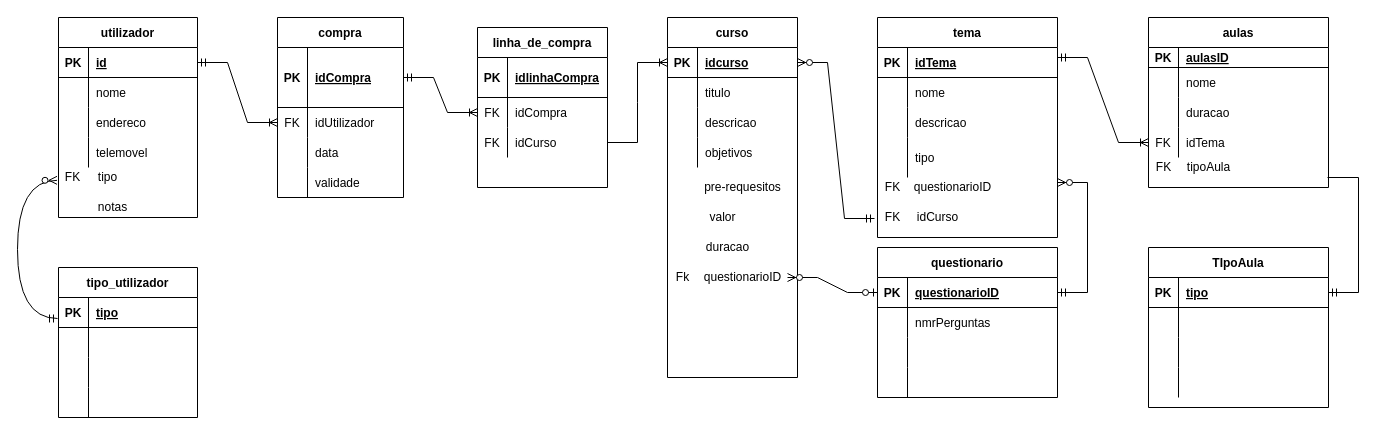
This is baseDeDados.drawio from Fabiomesquita10/stuff, a draw.io file, before an edit. Source tidied: cells renumbered, new cells numbered last; positions are measured from the earlier drawing's top-left corner, leaving out a move shared by most shapes. Both pictures are drawn from the tidied source at 100%, with x=0, y=0 at pixel (17, 17).
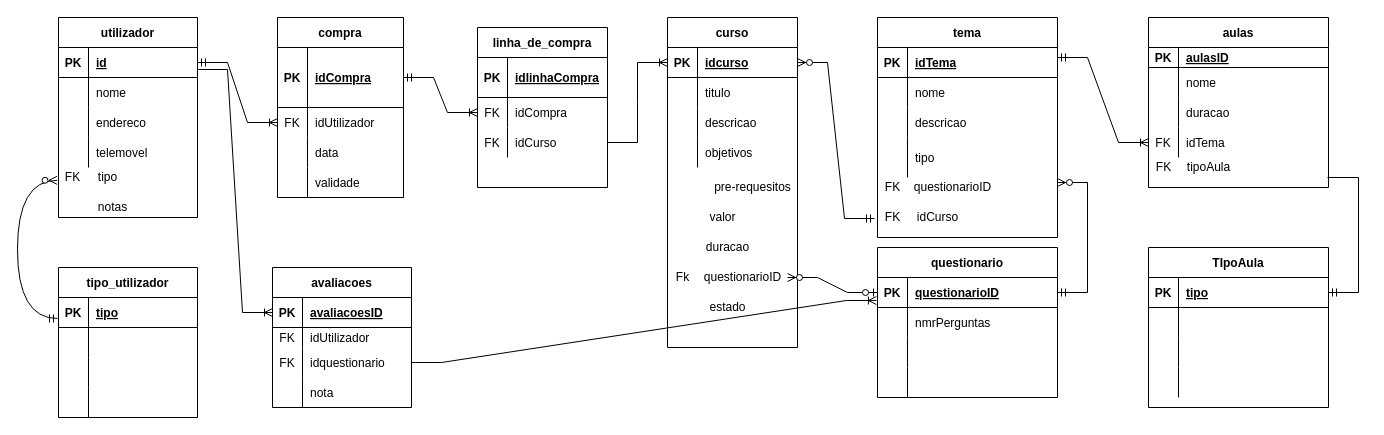
The same diagram, later.

The change refers to these unchanged cells:
```xml
<mxCell id="3" style="shape=partialRectangle;fillColor=none;top=0;left=0;bottom=1;right=0;points=[[0,0.5],[1,0.5]];portConstraint=eastwest;" parent="2" vertex="1">
  <mxGeometry y="30" width="139" height="30" as="geometry" />
</mxCell>
<mxCell id="113" style="shape=partialRectangle;fillColor=none;top=0;left=0;bottom=1;right=0;points=[[0,0.5],[1,0.5]];portConstraint=eastwest;" parent="112" vertex="1">
  <mxGeometry y="30" width="180" height="30" as="geometry" />
</mxCell>
```

Change to the diagram source:
```diff
@@
     <mxCell id="15" value="curso" style="shape=table;startSize=30;childLayout=tableLayout;rowLines=0;fontStyle=1;align=center;" parent="1" vertex="1">
-      <mxGeometry x="650" width="130" height="360" as="geometry" />
+      <mxGeometry x="650" width="130" height="330" as="geometry" />
     </mxCell>
@@
     <mxCell id="28" value="pre-requesitos" style="text;html=1;align=center;verticalAlign=middle;strokeColor=none;fillColor=none;" parent="1" vertex="1">
-      <mxGeometry x="680" y="160" width="90" height="20" as="geometry" />
+      <mxGeometry x="690" y="160" width="90" height="20" as="geometry" />
     </mxCell>
@@
+    <mxCell id="139" value="avaliacoes" style="shape=table;startSize=30;childLayout=tableLayout;rowLines=0;fontStyle=1;align=center;" parent="1" vertex="1">
+      <mxGeometry x="255" y="250" width="139" height="140" as="geometry" />
+    </mxCell>
+    <mxCell id="140" style="shape=partialRectangle;fillColor=none;top=0;left=0;bottom=1;right=0;points=[[0,0.5],[1,0.5]];portConstraint=eastwest;" parent="139" vertex="1">
+      <mxGeometry y="30" width="139" height="30" as="geometry" />
+    </mxCell>
+    <mxCell id="141" value="PK" style="shape=partialRectangle;fillColor=none;top=0;left=0;bottom=0;right=0;fontStyle=1;overflow=hidden;" parent="140" vertex="1">
+      <mxGeometry width="30" height="30" as="geometry" />
+    </mxCell>
+    <mxCell id="142" value="avaliacoesID" style="shape=partialRectangle;fillColor=none;top=0;left=0;bottom=0;right=0;align=left;spacingLeft=6;fontStyle=5;overflow=hidden;" parent="140" vertex="1">
+      <mxGeometry x="30" width="109" height="30" as="geometry" />
+    </mxCell>
+    <mxCell id="143" style="shape=partialRectangle;fillColor=none;top=0;left=0;bottom=0;right=0;" parent="139" vertex="1">
+      <mxGeometry y="60" width="139" height="20" as="geometry" />
+    </mxCell>
+    <mxCell id="144" value="FK" style="shape=partialRectangle;fillColor=none;top=0;left=0;bottom=0;right=0;overflow=hidden;" parent="143" vertex="1">
+      <mxGeometry width="30" height="20" as="geometry" />
+    </mxCell>
+    <mxCell id="145" value="idUtilizador" style="shape=partialRectangle;fillColor=none;top=0;left=0;bottom=0;right=0;align=left;spacingLeft=6;overflow=hidden;" parent="143" vertex="1">
+      <mxGeometry x="30" width="109" height="20" as="geometry" />
+    </mxCell>
+    <mxCell id="146" style="shape=partialRectangle;fillColor=none;top=0;left=0;bottom=0;right=0;points=[[0,0.5],[1,0.5]];portConstraint=eastwest;" parent="139" vertex="1">
+      <mxGeometry y="80" width="139" height="30" as="geometry" />
+    </mxCell>
+    <mxCell id="147" value="FK" style="shape=partialRectangle;fillColor=none;top=0;left=0;bottom=0;right=0;overflow=hidden;" parent="146" vertex="1">
+      <mxGeometry width="30" height="30" as="geometry" />
+    </mxCell>
+    <mxCell id="148" value="idquestionario" style="shape=partialRectangle;fillColor=none;top=0;left=0;bottom=0;right=0;align=left;spacingLeft=6;overflow=hidden;" parent="146" vertex="1">
+      <mxGeometry x="30" width="109" height="30" as="geometry" />
+    </mxCell>
+    <mxCell id="149" style="shape=partialRectangle;fillColor=none;top=0;left=0;bottom=0;right=0;" parent="139" vertex="1">
+      <mxGeometry y="110" width="139" height="30" as="geometry" />
+    </mxCell>
+    <mxCell id="150" style="shape=partialRectangle;fillColor=none;top=0;left=0;bottom=0;right=0;overflow=hidden;" parent="149" vertex="1">
+      <mxGeometry width="30" height="30" as="geometry" />
+    </mxCell>
+    <mxCell id="151" value="nota" style="shape=partialRectangle;fillColor=none;top=0;left=0;bottom=0;right=0;align=left;spacingLeft=6;overflow=hidden;" parent="149" vertex="1">
+      <mxGeometry x="30" width="109" height="30" as="geometry" />
+    </mxCell>
+    <mxCell id="152" style="edgeStyle=entityRelationEdgeStyle;fontSize=12;html=1;endArrow=ERoneToMany;rounded=0;exitX=1;exitY=0.5;exitDx=0;exitDy=0;entryX=-0.006;entryY=0.767;entryDx=0;entryDy=0;entryPerimeter=0;" parent="1" edge="1" source="146" target="113">
+      <mxGeometry relative="1" as="geometry" />
+    </mxCell>
+    <mxCell id="153" style="edgeStyle=entityRelationEdgeStyle;fontSize=12;html=1;endArrow=ERoneToMany;rounded=0;entryX=0;entryY=0.5;entryDx=0;entryDy=0;exitX=1;exitY=0.733;exitDx=0;exitDy=0;exitPerimeter=0;" parent="1" edge="1" source="3" target="140">
+      <mxGeometry relative="1" as="geometry" />
+    </mxCell>
+    <mxCell id="154" value="estado" style="text;html=1;align=center;verticalAlign=middle;strokeColor=none;fillColor=none;" parent="1" vertex="1">
+      <mxGeometry x="685" y="280" width="50" height="20" as="geometry" />
+    </mxCell>
```
